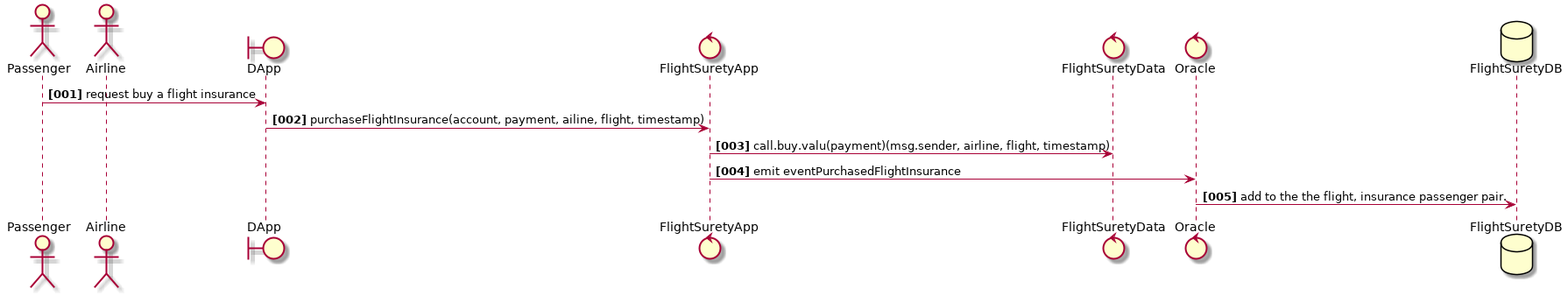
Earlier version of the PlantUML export out/projects/project_FlightSurety/UML/seq_buyInsurance/seq_buyInsurance.png (HajimeK/BlockchainDevND). Its diagram source:
```plantuml
@startuml
actor Passenger
actor Airline
boundary DApp
control FlightSuretyApp
control FlightSuretyData
control Oracle
database FlightSuretyDB

autonumber "<b>[000]"
Passenger -> DApp : request buy a flight insurance
DApp -> FlightSuretyApp : purchaseFlightInsurance(account, payment, ailine, flight, timestamp)
FlightSuretyApp -> FlightSuretyData: call.buy.valu(payment)(msg.sender, airline, flight, timestamp)
FlightSuretyApp -> Oracle : emit eventPurchasedFlightInsurance
Oracle -> FlightSuretyDB : add to the the flight, insurance passenger pair.
@enduml
```
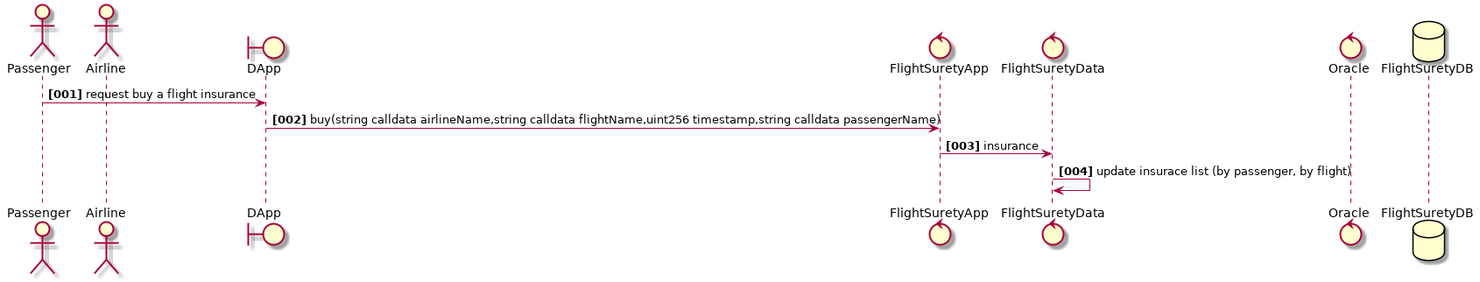
After the commit.

Diff of the diagram source:
```diff
@@ -9,8 +9,7 @@
 
 autonumber "<b>[000]"
 Passenger -> DApp : request buy a flight insurance
-DApp -> FlightSuretyApp : purchaseFlightInsurance(account, payment, ailine, flight, timestamp)
-FlightSuretyApp -> FlightSuretyData: call.buy.valu(payment)(msg.sender, airline, flight, timestamp)
-FlightSuretyApp -> Oracle : emit eventPurchasedFlightInsurance
-Oracle -> FlightSuretyDB : add to the the flight, insurance passenger pair.
+DApp -> FlightSuretyApp : buy(string calldata airlineName,string calldata flightName,uint256 timestamp,string calldata passengerName)
+FlightSuretyApp -> FlightSuretyData: insurance
+FlightSuretyData -> FlightSuretyData : update insurace list (by passenger, by flight)
 @enduml
```
